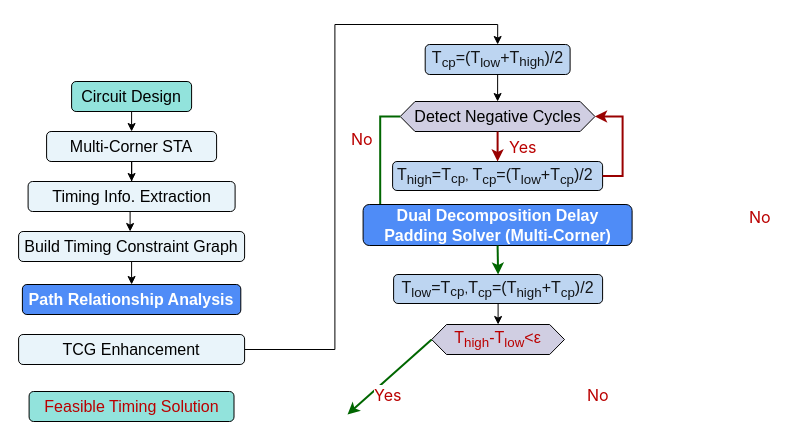
Before: framework.drawio in kxzhu0505/Delay-Padding-For-Multi-corner, a draw.io diagram. Source tidied: cells renumbered, new cells numbered last; positions are measured from the earlier drawing's top-left corner, leaving out a move shared by most shapes. Both pictures are drawn from the tidied source at 100%, with x=0, y=0 at pixel (18, 44).
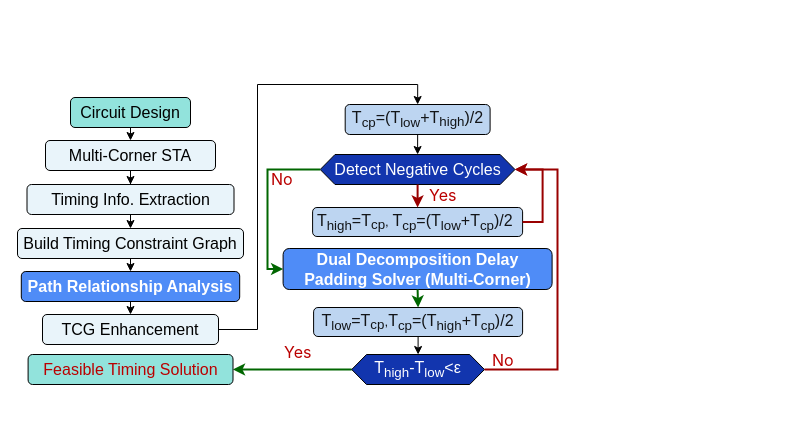
Above is the later version.

Change to the diagram source:
```diff
@@
+    <mxCell id="18" value="&lt;font face=&quot;PingFang SC, -apple-system, system-ui, Segoe UI, Roboto, Ubuntu, Helvetica Neue, Helvetica, Arial, Hiragino Sans GB, Microsoft YaHei UI, Microsoft YaHei, Source Han Sans CN, sans-serif&quot; color=&quot;rgba(0, 0, 0, 0.9)&quot;&gt;&lt;span style=&quot;font-size: 16px; background-color: rgb(255, 255, 255);&quot;&gt;Yes&lt;/span&gt;&lt;/font&gt;" style="text;whiteSpace=wrap;html=1;fillColor=none;" parent="1" vertex="1">
+      <mxGeometry x="409" y="135" width="28.3" height="30" as="geometry" />
+    </mxCell>
     <mxCell id="2" value="&lt;font face=&quot;PingFang SC, -apple-system, system-ui, Segoe UI, Roboto, Ubuntu, Helvetica Neue, Helvetica, Arial, Hiragino Sans GB, Microsoft YaHei UI, Microsoft YaHei, Source Han Sans CN, sans-serif&quot; color=&quot;rgba(0, 0, 0, 0.9)&quot;&gt;&lt;span style=&quot;font-size: 16px; background-color: rgb(255, 255, 255);&quot;&gt;No&lt;/span&gt;&lt;/font&gt;" style="text;whiteSpace=wrap;html=1;" parent="1" vertex="1">
-      <mxGeometry x="729" y="157" width="30" height="30" as="geometry" />
+      <mxGeometry x="471.6" y="300" width="30" height="30" as="geometry" />
     </mxCell>
     <mxCell id="3" value="&lt;font face=&quot;PingFang SC, -apple-system, system-ui, Segoe UI, Roboto, Ubuntu, Helvetica Neue, Helvetica, Arial, Hiragino Sans GB, Microsoft YaHei UI, Microsoft YaHei, Source Han Sans CN, sans-serif&quot; color=&quot;rgba(0, 0, 0, 0.9)&quot;&gt;&lt;span style=&quot;font-size: 16px; background-color: rgb(255, 255, 255);&quot;&gt;No&lt;/span&gt;&lt;/font&gt;" style="text;whiteSpace=wrap;html=1;" parent="1" vertex="1">
-      <mxGeometry x="330.8" y="79" width="30" height="30" as="geometry" />
+      <mxGeometry x="250.8" y="119" width="30" height="30" as="geometry" />
     </mxCell>
-    <mxCell id="4" value="&lt;span style=&quot;font-size: 16px;&quot;&gt;Detect Negative Cycles&lt;/span&gt;" style="shape=hexagon;perimeter=hexagonPerimeter2;whiteSpace=wrap;html=1;fixedSize=1;size=14.829999999999927;fillColor=#d0cee2;strokeColor=#000000;" parent="1" vertex="1">
-      <mxGeometry x="381.7" y="57" width="194.8" height="30" as="geometry" />
+    <mxCell id="4" value="&lt;span style=&quot;font-size: 16px;&quot;&gt;&lt;font style=&quot;color: rgb(255, 255, 255);&quot;&gt;Detect Negative Cycles&lt;/font&gt;&lt;/span&gt;" style="shape=hexagon;perimeter=hexagonPerimeter2;whiteSpace=wrap;html=1;fixedSize=1;size=14.829999999999927;fillColor=light-dark(#1235ae, #3b394a);strokeColor=#000000;" parent="1" vertex="1">
+      <mxGeometry x="301.7" y="110" width="194.8" height="30" as="geometry" />
     </mxCell>
     <mxCell id="5" style="rounded=0;jettySize=auto;html=1;entryX=0;entryY=0.5;entryDx=0;entryDy=0;exitX=0;exitY=0.5;exitDx=0;exitDy=0;strokeWidth=2;strokeColor=light-dark(#006600, #ffb5b5);edgeStyle=orthogonalEdgeStyle;" parent="1" edge="1" source="4" target="12">
-      <mxGeometry relative="1" as="geometry" />
+      <mxGeometry relative="1" as="geometry">
+        <Array as="points">
+          <mxPoint x="249" y="125" />
+          <mxPoint x="249" y="225" />
+        </Array>
+      </mxGeometry>
     </mxCell>
-    <mxCell id="6" style="edgeStyle=orthogonalEdgeStyle;rounded=0;jettySize=auto;html=1;entryX=0.5;entryY=0;entryDx=0;entryDy=0;" parent="1" edge="1" source="7">
+    <mxCell id="6" style="rounded=0;jettySize=auto;html=1;entryX=0.5;entryY=0;entryDx=0;entryDy=0;" parent="1" edge="1" source="7">
       <mxGeometry relative="1" as="geometry">
-        <mxPoint x="113.1" y="87" as="targetPoint" />
+        <mxPoint x="112" y="96" as="targetPoint" />
       </mxGeometry>
     </mxCell>
     <mxCell id="7" value="&lt;font style=&quot;font-size: 16px;&quot;&gt;Circuit Design&lt;/font&gt;" style="rounded=1;whiteSpace=wrap;html=1;fillColor=light-dark(#92e3dc, #ededed);" parent="1" vertex="1">
-      <mxGeometry x="53.1" y="37" width="120" height="30" as="geometry" />
+      <mxGeometry x="52" y="53" width="120" height="30" as="geometry" />
     </mxCell>
@@
     <mxCell id="9" value="&lt;font style=&quot;font-size: 16px;&quot;&gt;Multi-Corner STA&lt;/font&gt;" style="rounded=1;whiteSpace=wrap;html=1;fillColor=light-dark(#e9f4fa, #ededed);" parent="1" vertex="1">
-      <mxGeometry x="28.1" y="87" width="170" height="30" as="geometry" />
+      <mxGeometry x="27" y="96" width="170" height="30" as="geometry" />
     </mxCell>
     <mxCell id="10" value="&lt;font style=&quot;font-size: 16px;&quot;&gt;Timing Info. Extraction&lt;/font&gt;" style="rounded=1;whiteSpace=wrap;html=1;fillColor=light-dark(#e9f4fa, #ededed);" parent="1" vertex="1">
-      <mxGeometry x="9.6" y="137" width="207" height="30" as="geometry" />
+      <mxGeometry x="8.5" y="140" width="207" height="30" as="geometry" />
     </mxCell>
-    <mxCell id="11" style="edgeStyle=orthogonalEdgeStyle;rounded=0;orthogonalLoop=1;jettySize=auto;html=1;entryX=0.5;entryY=0;entryDx=0;entryDy=0;" parent="1" edge="1">
-      <mxGeometry relative="1" as="geometry">
-        <mxPoint x="111.6" y="167" as="sourcePoint" />
-        <mxPoint x="111.6" y="187" as="targetPoint" />
-      </mxGeometry>
+    <mxCell id="11" style="rounded=0;jettySize=auto;html=1;entryX=0.5;entryY=0;entryDx=0;entryDy=0;exitX=0.5;exitY=1;exitDx=0;exitDy=0;" parent="1" edge="1" source="10" target="14">
+      <mxGeometry relative="1" as="geometry" />
     </mxCell>
     <mxCell id="12" value="&lt;font style=&quot;font-size: 16px; color: rgb(255, 255, 255);&quot;&gt;&lt;b&gt;Dual Decomposition Delay Padding Solver (Multi-Corner)&lt;/b&gt;&lt;/font&gt;" style="rounded=1;whiteSpace=wrap;html=1;fillColor=light-dark(#4f8cf7, #3e2942);strokeColor=light-dark(#000000,#D7817E);" parent="1" vertex="1">
-      <mxGeometry x="344.6" y="160" width="269" height="41" as="geometry" />
+      <mxGeometry x="264.6" y="204" width="269" height="41" as="geometry" />
     </mxCell>
@@
     <mxCell id="14" value="&lt;font style=&quot;font-size: 16px;&quot;&gt;Build Timing Constraint Graph&lt;/font&gt;" style="rounded=1;whiteSpace=wrap;html=1;fillColor=light-dark(#e9f4fa, #ededed);" parent="1" vertex="1">
-      <mxGeometry x="0.1" y="187" width="226" height="30" as="geometry" />
+      <mxGeometry x="-1" y="184" width="226" height="30" as="geometry" />
     </mxCell>
-    <mxCell id="15" style="rounded=0;jettySize=auto;html=1;entryX=1;entryY=0.5;entryDx=0;entryDy=0;exitX=0;exitY=0.5;exitDx=0;exitDy=0;strokeWidth=2;strokeColor=#006600;" parent="1" edge="1" source="21">
-      <mxGeometry relative="1" as="geometry">
-        <mxPoint x="329" y="370" as="targetPoint" />
-      </mxGeometry>
+    <mxCell id="15" style="rounded=0;jettySize=auto;html=1;entryX=1;entryY=0.5;entryDx=0;entryDy=0;exitX=0;exitY=0.5;exitDx=0;exitDy=0;strokeWidth=2;strokeColor=#006600;" parent="1" edge="1" source="21" target="16">
+      <mxGeometry relative="1" as="geometry" />
     </mxCell>
     <mxCell id="16" value="&lt;div style=&quot;text-align: left;&quot;&gt;&lt;span style=&quot;background-color: transparent;&quot;&gt;&lt;font style=&quot;font-size: 16px;&quot; face=&quot;Helvetica&quot; color=&quot;rgba(0, 0, 0, 0.9)&quot;&gt;Feasible Timing Solution&lt;/font&gt;&lt;/span&gt;&lt;/div&gt;" style="rounded=1;whiteSpace=wrap;html=1;fillColor=light-dark(#92e3dc, #ededed);" parent="1" vertex="1">
-      <mxGeometry x="10.6" y="347" width="204.9" height="30" as="geometry" />
+      <mxGeometry x="9.6" y="310" width="204.9" height="30" as="geometry" />
     </mxCell>
-    <mxCell id="17" value="&lt;font face=&quot;PingFang SC, -apple-system, system-ui, Segoe UI, Roboto, Ubuntu, Helvetica Neue, Helvetica, Arial, Hiragino Sans GB, Microsoft YaHei UI, Microsoft YaHei, Source Han Sans CN, sans-serif&quot; color=&quot;rgba(0, 0, 0, 0.9)&quot;&gt;&lt;span style=&quot;font-size: 16px; background-color: rgb(255, 255, 255);&quot;&gt;No&lt;/span&gt;&lt;/font&gt;" style="text;whiteSpace=wrap;html=1;" parent="1" vertex="1">
-      <mxGeometry x="566.5" y="335" width="30" height="30" as="geometry" />
-    </mxCell>
-    <mxCell id="18" value="&lt;font face=&quot;PingFang SC, -apple-system, system-ui, Segoe UI, Roboto, Ubuntu, Helvetica Neue, Helvetica, Arial, Hiragino Sans GB, Microsoft YaHei UI, Microsoft YaHei, Source Han Sans CN, sans-serif&quot; color=&quot;rgba(0, 0, 0, 0.9)&quot;&gt;&lt;span style=&quot;font-size: 16px; background-color: rgb(255, 255, 255);&quot;&gt;Yes&lt;/span&gt;&lt;/font&gt;" style="text;whiteSpace=wrap;html=1;" parent="1" vertex="1">
-      <mxGeometry x="489" y="87" width="28.3" height="30" as="geometry" />
-    </mxCell>
     <mxCell id="19" value="&lt;font face=&quot;PingFang SC, -apple-system, system-ui, Segoe UI, Roboto, Ubuntu, Helvetica Neue, Helvetica, Arial, Hiragino Sans GB, Microsoft YaHei UI, Microsoft YaHei, Source Han Sans CN, sans-serif&quot; color=&quot;rgba(0, 0, 0, 0.9)&quot;&gt;&lt;span style=&quot;font-size: 16px; background-color: rgb(255, 255, 255);&quot;&gt;Yes&lt;/span&gt;&lt;/font&gt;" style="text;whiteSpace=wrap;html=1;" parent="1" vertex="1">
-      <mxGeometry x="353.7" y="335" width="30" height="30" as="geometry" />
+      <mxGeometry x="264.1" y="292" width="30" height="30" as="geometry" />
     </mxCell>
@@
-    <mxCell id="21" value="&lt;div style=&quot;text-align: left;&quot;&gt;&lt;font color=&quot;rgba(0, 0, 0, 0.9)&quot;&gt;&lt;span style=&quot;font-size: 16px;&quot;&gt;T&lt;sub&gt;high&lt;/sub&gt;-T&lt;sub&gt;low&lt;/sub&gt;&amp;lt;ε&lt;/span&gt;&lt;/font&gt;&lt;/div&gt;" style="shape=hexagon;perimeter=hexagonPerimeter2;whiteSpace=wrap;html=1;fixedSize=1;size=14.829999999999927;fillColor=#d0cee2;strokeColor=#000000;" parent="1" vertex="1">
-      <mxGeometry x="413.2" y="280" width="132.8" height="30" as="geometry" />
+    <mxCell id="21" value="&lt;div style=&quot;text-align: left;&quot;&gt;&lt;font style=&quot;color: rgb(255, 255, 255);&quot;&gt;&lt;span style=&quot;font-size: 16px;&quot;&gt;T&lt;sub style=&quot;&quot;&gt;high&lt;/sub&gt;-T&lt;sub style=&quot;&quot;&gt;low&lt;/sub&gt;&amp;lt;ε&lt;/span&gt;&lt;/font&gt;&lt;/div&gt;" style="shape=hexagon;perimeter=hexagonPerimeter2;whiteSpace=wrap;html=1;fixedSize=1;size=14.829999999999927;fillColor=light-dark(#1235ae, #3b394a);strokeColor=#000000;" parent="1" vertex="1">
+      <mxGeometry x="333.2" y="310" width="132.8" height="30" as="geometry" />
     </mxCell>
     <mxCell id="22" style="edgeStyle=orthogonalEdgeStyle;rounded=0;jettySize=auto;html=1;exitX=0.5;exitY=0;exitDx=0;exitDy=0;" parent="1" edge="1" source="23">
       <mxGeometry relative="1" as="geometry">
-        <mxPoint x="480.8" y="250" as="targetPoint" />
+        <mxPoint x="400.8" y="290" as="targetPoint" />
       </mxGeometry>
     </mxCell>
     <mxCell id="23" value="&lt;span style=&quot;color: rgba(0, 0, 0, 0.9); font-size: 16px; text-align: left;&quot;&gt;&lt;span style=&quot;color: rgba(0, 0, 0, 0.9);&quot;&gt;&lt;span style=&quot;color: rgba(0, 0, 0, 0.9);&quot;&gt;T&lt;sub&gt;low&lt;/sub&gt;=&lt;/span&gt;&lt;span style=&quot;font-size: 12px; color: rgba(0, 0, 0, 0.9);&quot;&gt;&lt;span style=&quot;font-size: 16px; color: rgba(0, 0, 0, 0.9);&quot;&gt;T&lt;/span&gt;&lt;sub style=&quot;color: rgba(0, 0, 0, 0.9);&quot;&gt;&lt;font style=&quot;font-size: 13.333px;&quot;&gt;cp&lt;/font&gt;&lt;/sub&gt;&lt;span style=&quot;font-size: 13.3333px;&quot;&gt;,&lt;/span&gt;&lt;/span&gt;T&lt;/span&gt;&lt;sub style=&quot;color: rgba(0, 0, 0, 0.9);&quot;&gt;cp&lt;/sub&gt;=(&lt;span style=&quot;color: rgba(0, 0, 0, 0.9);&quot;&gt;T&lt;/span&gt;&lt;sub style=&quot;color: rgba(0, 0, 0, 0.9);&quot;&gt;high&lt;/sub&gt;+&lt;/span&gt;&lt;span style=&quot;color: rgba(0, 0, 0, 0.9); font-size: 16px; text-align: left;&quot;&gt;&lt;span style=&quot;color: rgba(0, 0, 0, 0.9);&quot;&gt;T&lt;/span&gt;&lt;sub style=&quot;color: rgba(0, 0, 0, 0.9);&quot;&gt;cp&lt;/sub&gt;)/2&lt;/span&gt;" style="rounded=1;whiteSpace=wrap;html=1;fillColor=light-dark(#bdd5f1, #1f2f1e);strokeColor=#000000;" parent="1" vertex="1">
-      <mxGeometry x="375.1" y="230" width="209" height="29" as="geometry" />
+      <mxGeometry x="295.1" y="263" width="209" height="29" as="geometry" />
     </mxCell>
     <mxCell id="24" value="&lt;span&gt;&lt;font face=&quot;Helvetica&quot;&gt;&lt;span style=&quot;color: rgba(0, 0, 0, 0.9); font-size: 16px; text-align: left;&quot;&gt;&lt;span style=&quot;color: rgba(0, 0, 0, 0.9);&quot;&gt;T&lt;/span&gt;&lt;sub style=&quot;color: rgba(0, 0, 0, 0.9);&quot;&gt;cp&lt;/sub&gt;=(T&lt;sub style=&quot;&quot;&gt;low&lt;/sub&gt;+&lt;/span&gt;&lt;/font&gt;&lt;/span&gt;&lt;span style=&quot;color: rgba(0, 0, 0, 0.9); font-size: 16px; text-align: left;&quot;&gt;T&lt;/span&gt;&lt;sub style=&quot;color: rgba(0, 0, 0, 0.9); text-align: left;&quot;&gt;&lt;font style=&quot;font-size: 13.3333px;&quot;&gt;high&lt;/font&gt;&lt;/sub&gt;&lt;span&gt;&lt;font face=&quot;Helvetica&quot;&gt;&lt;span style=&quot;color: rgba(0, 0, 0, 0.9); font-size: 16px; text-align: left;&quot;&gt;)/2&lt;/span&gt;&lt;/font&gt;&lt;/span&gt;" style="rounded=1;whiteSpace=wrap;html=1;fillColor=light-dark(#bdd5f1, #1f2f1e);strokeColor=#000000;" parent="1" vertex="1">
-      <mxGeometry x="406.7" width="144.9" height="30" as="geometry" />
+      <mxGeometry x="326.7" y="60" width="144.9" height="30" as="geometry" />
     </mxCell>
     <mxCell id="25" value="&lt;font style=&quot;font-size: 16px; color: rgb(255, 255, 255);&quot;&gt;&lt;b&gt;Path Relationship Analysis&lt;/b&gt;&lt;/font&gt;" style="rounded=1;whiteSpace=wrap;html=1;fillColor=light-dark(#4f8cf7, #ededed);" parent="1" vertex="1">
-      <mxGeometry x="3.9" y="240" width="218.4" height="30" as="geometry" />
+      <mxGeometry x="2.8" y="227" width="218.4" height="30" as="geometry" />
     </mxCell>
@@
     <mxCell id="27" style="edgeStyle=orthogonalEdgeStyle;rounded=0;jettySize=auto;html=1;entryX=0.5;entryY=0;entryDx=0;entryDy=0;exitX=1;exitY=0.5;exitDx=0;exitDy=0;" parent="1" edge="1" source="32" target="24">
-      <mxGeometry relative="1" as="geometry" />
+      <mxGeometry relative="1" as="geometry">
+        <Array as="points">
+          <mxPoint x="239" y="285" />
+          <mxPoint x="239" y="40" />
+          <mxPoint x="399" y="40" />
+        </Array>
+      </mxGeometry>
     </mxCell>
     <mxCell id="28" value="&lt;span style=&quot;color: rgba(0, 0, 0, 0.9); text-align: left; font-size: 16px;&quot;&gt;T&lt;sub&gt;high&lt;/sub&gt;=&lt;/span&gt;&lt;span style=&quot;color: rgba(0, 0, 0, 0.9); text-align: left;&quot;&gt;&lt;span style=&quot;font-size: 16px; color: rgba(0, 0, 0, 0.9);&quot;&gt;T&lt;/span&gt;&lt;sub style=&quot;color: rgba(0, 0, 0, 0.9);&quot;&gt;&lt;font style=&quot;font-size: 13.333px;&quot;&gt;cp&lt;/font&gt;&lt;/sub&gt;&lt;span style=&quot;font-size: 13.3333px;&quot;&gt;,&amp;nbsp;&lt;/span&gt;&lt;/span&gt;&lt;font face=&quot;Helvetica&quot;&gt;&lt;span style=&quot;color: rgba(0, 0, 0, 0.9); font-size: 16px; text-align: left;&quot;&gt;&lt;span style=&quot;color: rgba(0, 0, 0, 0.9);&quot;&gt;T&lt;/span&gt;&lt;sub style=&quot;color: rgba(0, 0, 0, 0.9);&quot;&gt;cp&lt;/sub&gt;=(T&lt;sub style=&quot;&quot;&gt;low&lt;/sub&gt;+&lt;/span&gt;&lt;span style=&quot;color: rgba(0, 0, 0, 0.9); text-align: left; font-size: 16px;&quot;&gt;&lt;span style=&quot;color: rgba(0, 0, 0, 0.9);&quot;&gt;T&lt;/span&gt;&lt;sub style=&quot;color: rgba(0, 0, 0, 0.9);&quot;&gt;cp&lt;/sub&gt;)/2&amp;nbsp;&lt;/span&gt;&lt;/font&gt;" style="rounded=1;whiteSpace=wrap;html=1;fillColor=light-dark(#bdd5f1, #1f2f1e);strokeColor=#000000;" parent="1" vertex="1">
-      <mxGeometry x="374.1" y="117" width="210" height="29" as="geometry" />
+      <mxGeometry x="294.1" y="163" width="210" height="29" as="geometry" />
     </mxCell>
@@
     <mxCell id="32" value="&lt;font style=&quot;font-size: 16px;&quot;&gt;TCG Enhancement&lt;/font&gt;" style="rounded=1;whiteSpace=wrap;html=1;fillColor=light-dark(#e9f4fa, #ededed);" parent="1" vertex="1">
-      <mxGeometry x="0.1" y="290" width="226" height="30" as="geometry" />
+      <mxGeometry x="24" y="270" width="176" height="30" as="geometry" />
     </mxCell>
+    <mxCell id="33" style="rounded=0;jettySize=auto;html=1;entryX=0.5;entryY=0;entryDx=0;entryDy=0;exitX=0.5;exitY=1;exitDx=0;exitDy=0;" parent="1" edge="1" source="25" target="32">
+      <mxGeometry relative="1" as="geometry" />
+    </mxCell>
+    <mxCell id="34" style="edgeStyle=orthogonalEdgeStyle;rounded=0;jettySize=auto;html=1;entryX=1;entryY=0.5;entryDx=0;entryDy=0;exitX=1;exitY=0.5;exitDx=0;exitDy=0;strokeWidth=2;strokeColor=#990000;" parent="1" edge="1" source="21" target="4">
+      <mxGeometry relative="1" as="geometry">
+        <Array as="points">
+          <mxPoint x="539" y="325" />
+          <mxPoint x="539" y="125" />
+        </Array>
+      </mxGeometry>
+    </mxCell>
```
